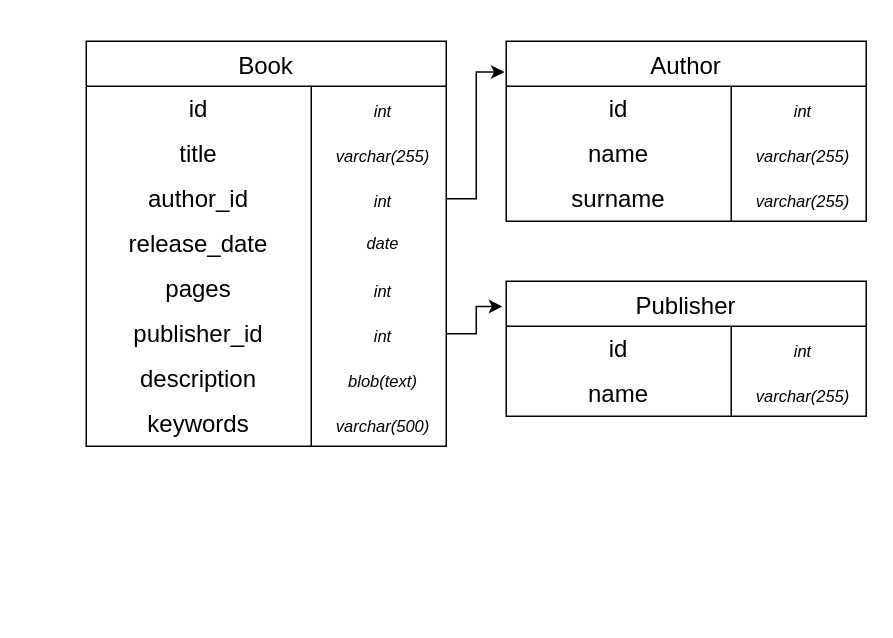
This is db/BooksDb.drawio from samzvi/BookDb, a draw.io file, before an edit. Source tidied: cells renumbered, new cells numbered last; positions are measured from the earlier drawing's top-left corner, leaving out a move shared by most shapes. Both pictures are drawn from the tidied source at 150%, with x=0, y=0 at pixel (86, 40).
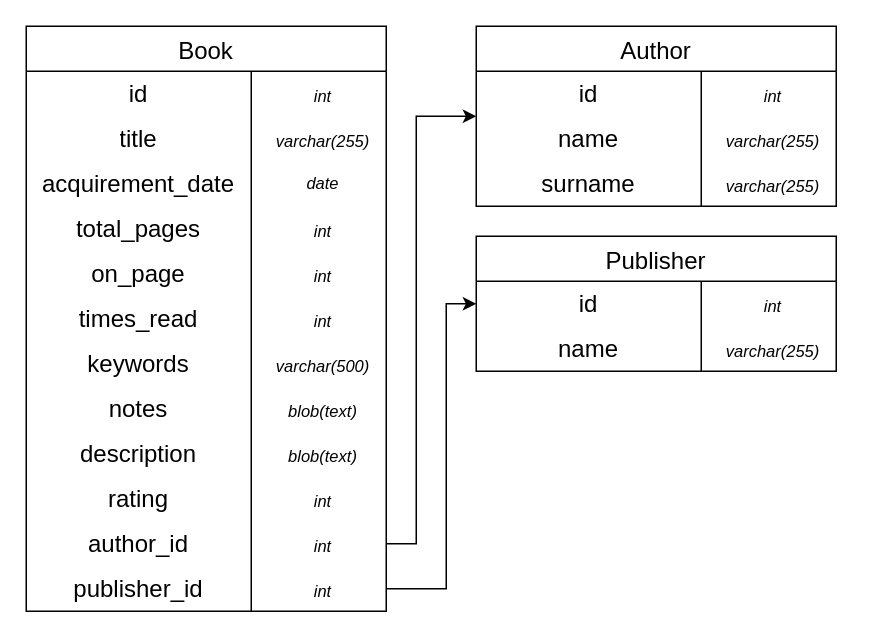
The same page after the edit.

The edit, as a diff of the source:
```diff
@@
     <mxCell id="2" value="Book" style="shape=table;startSize=30;childLayout=tableLayout;rowLines=0;fontStyle=0;strokeColor=default;fontSize=16;" parent="1" vertex="1">
-      <mxGeometry width="240" height="270" as="geometry" />
+      <mxGeometry x="-40" y="-10" width="240" height="390" as="geometry" />
     </mxCell>
@@
-    <mxCell id="9" style="shape=tableRow;horizontal=0;startSize=0;swimlaneHead=0;swimlaneBody=0;top=0;left=0;bottom=0;right=0;fillColor=none;points=[[0,0.5],[1,0.5]];portConstraint=eastwest;strokeColor=inherit;fontSize=16;" parent="2" vertex="1">
-      <mxGeometry y="90" width="240" height="30" as="geometry" />
-    </mxCell>
-    <mxCell id="10" value="author_id" style="shape=partialRectangle;html=1;whiteSpace=wrap;fillColor=none;top=0;left=0;bottom=0;right=0;overflow=hidden;strokeColor=inherit;fontSize=16;" parent="9" vertex="1">
-      <mxGeometry width="150" height="30" as="geometry" />
-    </mxCell>
-    <mxCell id="11" value="&lt;span style=&quot;font-size: 11px;&quot;&gt;&lt;i&gt;int&lt;/i&gt;&lt;/span&gt;" style="shape=partialRectangle;html=1;whiteSpace=wrap;fillColor=none;top=0;left=0;bottom=0;right=0;align=center;spacingLeft=6;overflow=hidden;strokeColor=inherit;fontSize=16;" parent="9" vertex="1">
-      <mxGeometry x="150" width="90" height="30" as="geometry" />
-    </mxCell>
     <mxCell id="12" style="shape=tableRow;horizontal=0;startSize=0;swimlaneHead=0;swimlaneBody=0;top=0;left=0;bottom=0;right=0;fillColor=none;strokeColor=inherit;fontSize=16;" parent="2" vertex="1">
-      <mxGeometry y="120" width="240" height="30" as="geometry" />
+      <mxGeometry y="90" width="240" height="30" as="geometry" />
     </mxCell>
-    <mxCell id="13" value="release_date" style="shape=partialRectangle;html=1;whiteSpace=wrap;fillColor=none;top=0;left=0;bottom=0;right=0;overflow=hidden;strokeColor=inherit;fontSize=16;" parent="12" vertex="1">
+    <mxCell id="13" value="acquirement_date" style="shape=partialRectangle;html=1;whiteSpace=wrap;fillColor=none;top=0;left=0;bottom=0;right=0;overflow=hidden;strokeColor=inherit;fontSize=16;" parent="12" vertex="1">
       <mxGeometry width="150" height="30" as="geometry" />
     </mxCell>
@@
     <mxCell id="15" style="shape=tableRow;horizontal=0;startSize=0;swimlaneHead=0;swimlaneBody=0;top=0;left=0;bottom=0;right=0;fillColor=none;strokeColor=inherit;fontSize=16;" parent="2" vertex="1">
-      <mxGeometry y="150" width="240" height="30" as="geometry" />
+      <mxGeometry y="120" width="240" height="30" as="geometry" />
     </mxCell>
-    <mxCell id="16" value="pages" style="shape=partialRectangle;html=1;whiteSpace=wrap;fillColor=none;top=0;left=0;bottom=0;right=0;overflow=hidden;strokeColor=inherit;fontSize=16;" parent="15" vertex="1">
+    <mxCell id="16" value="total_pages" style="shape=partialRectangle;html=1;whiteSpace=wrap;fillColor=none;top=0;left=0;bottom=0;right=0;overflow=hidden;strokeColor=inherit;fontSize=16;" parent="15" vertex="1">
       <mxGeometry width="150" height="30" as="geometry" />
     </mxCell>
@@
+    <mxCell id="46" style="shape=tableRow;horizontal=0;startSize=0;swimlaneHead=0;swimlaneBody=0;top=0;left=0;bottom=0;right=0;fillColor=none;strokeColor=inherit;fontSize=16;" parent="2" vertex="1">
+      <mxGeometry y="150" width="240" height="30" as="geometry" />
+    </mxCell>
+    <mxCell id="47" value="on_page" style="shape=partialRectangle;html=1;whiteSpace=wrap;fillColor=none;top=0;left=0;bottom=0;right=0;overflow=hidden;strokeColor=inherit;fontSize=16;" parent="46" vertex="1">
+      <mxGeometry width="150" height="30" as="geometry" />
+    </mxCell>
+    <mxCell id="48" value="&lt;span style=&quot;font-size: 11px;&quot;&gt;&lt;i&gt;int&lt;/i&gt;&lt;/span&gt;" style="shape=partialRectangle;html=1;whiteSpace=wrap;fillColor=none;top=0;left=0;bottom=0;right=0;align=center;spacingLeft=6;overflow=hidden;strokeColor=inherit;fontSize=16;" parent="46" vertex="1">
+      <mxGeometry x="150" width="90" height="30" as="geometry" />
+    </mxCell>
+    <mxCell id="49" style="shape=tableRow;horizontal=0;startSize=0;swimlaneHead=0;swimlaneBody=0;top=0;left=0;bottom=0;right=0;fillColor=none;strokeColor=inherit;fontSize=16;" parent="2" vertex="1">
+      <mxGeometry y="180" width="240" height="30" as="geometry" />
+    </mxCell>
+    <mxCell id="50" value="times_read" style="shape=partialRectangle;html=1;whiteSpace=wrap;fillColor=none;top=0;left=0;bottom=0;right=0;overflow=hidden;strokeColor=inherit;fontSize=16;" parent="49" vertex="1">
+      <mxGeometry width="150" height="30" as="geometry" />
+    </mxCell>
+    <mxCell id="51" value="&lt;span style=&quot;font-size: 11px;&quot;&gt;&lt;i&gt;int&lt;/i&gt;&lt;/span&gt;" style="shape=partialRectangle;html=1;whiteSpace=wrap;fillColor=none;top=0;left=0;bottom=0;right=0;align=center;spacingLeft=6;overflow=hidden;strokeColor=inherit;fontSize=16;" parent="49" vertex="1">
+      <mxGeometry x="150" width="90" height="30" as="geometry" />
+    </mxCell>
+    <mxCell id="52" style="shape=tableRow;horizontal=0;startSize=0;swimlaneHead=0;swimlaneBody=0;top=0;left=0;bottom=0;right=0;fillColor=none;strokeColor=inherit;fontSize=16;" parent="2" vertex="1">
+      <mxGeometry y="210" width="240" height="30" as="geometry" />
+    </mxCell>
+    <mxCell id="53" value="keywords" style="shape=partialRectangle;html=1;whiteSpace=wrap;fillColor=none;top=0;left=0;bottom=0;right=0;overflow=hidden;strokeColor=inherit;fontSize=16;" parent="52" vertex="1">
+      <mxGeometry width="150" height="30" as="geometry" />
+    </mxCell>
+    <mxCell id="54" value="&lt;span style=&quot;font-size: 11px;&quot;&gt;&lt;i&gt;varchar(500)&lt;/i&gt;&lt;/span&gt;" style="shape=partialRectangle;html=1;whiteSpace=wrap;fillColor=none;top=0;left=0;bottom=0;right=0;align=center;spacingLeft=6;overflow=hidden;strokeColor=inherit;fontSize=16;" parent="52" vertex="1">
+      <mxGeometry x="150" width="90" height="30" as="geometry" />
+    </mxCell>
+    <mxCell id="21" style="shape=tableRow;horizontal=0;startSize=0;swimlaneHead=0;swimlaneBody=0;top=0;left=0;bottom=0;right=0;fillColor=none;strokeColor=inherit;fontSize=16;" parent="2" vertex="1">
+      <mxGeometry y="240" width="240" height="30" as="geometry" />
+    </mxCell>
+    <mxCell id="22" value="notes" style="shape=partialRectangle;html=1;whiteSpace=wrap;fillColor=none;top=0;left=0;bottom=0;right=0;overflow=hidden;strokeColor=inherit;fontSize=16;" parent="21" vertex="1">
+      <mxGeometry width="150" height="30" as="geometry" />
+    </mxCell>
+    <mxCell id="23" value="&lt;span style=&quot;font-size: 11px;&quot;&gt;&lt;i&gt;blob(text)&lt;/i&gt;&lt;/span&gt;" style="shape=partialRectangle;html=1;whiteSpace=wrap;fillColor=none;top=0;left=0;bottom=0;right=0;align=center;spacingLeft=6;overflow=hidden;strokeColor=inherit;fontSize=16;" parent="21" vertex="1">
+      <mxGeometry x="150" width="90" height="30" as="geometry" />
+    </mxCell>
+    <mxCell id="55" style="shape=tableRow;horizontal=0;startSize=0;swimlaneHead=0;swimlaneBody=0;top=0;left=0;bottom=0;right=0;fillColor=none;strokeColor=inherit;fontSize=16;" parent="2" vertex="1">
+      <mxGeometry y="270" width="240" height="30" as="geometry" />
+    </mxCell>
+    <mxCell id="56" value="description" style="shape=partialRectangle;html=1;whiteSpace=wrap;fillColor=none;top=0;left=0;bottom=0;right=0;overflow=hidden;strokeColor=inherit;fontSize=16;" parent="55" vertex="1">
+      <mxGeometry width="150" height="30" as="geometry" />
+    </mxCell>
+    <mxCell id="57" value="&lt;span style=&quot;font-size: 11px;&quot;&gt;&lt;i&gt;blob(text)&lt;/i&gt;&lt;/span&gt;" style="shape=partialRectangle;html=1;whiteSpace=wrap;fillColor=none;top=0;left=0;bottom=0;right=0;align=center;spacingLeft=6;overflow=hidden;strokeColor=inherit;fontSize=16;" parent="55" vertex="1">
+      <mxGeometry x="150" width="90" height="30" as="geometry" />
+    </mxCell>
+    <mxCell id="24" style="shape=tableRow;horizontal=0;startSize=0;swimlaneHead=0;swimlaneBody=0;top=0;left=0;bottom=0;right=0;fillColor=none;strokeColor=inherit;fontSize=16;" parent="2" vertex="1">
+      <mxGeometry y="300" width="240" height="30" as="geometry" />
+    </mxCell>
+    <mxCell id="25" value="rating" style="shape=partialRectangle;html=1;whiteSpace=wrap;fillColor=none;top=0;left=0;bottom=0;right=0;overflow=hidden;strokeColor=inherit;fontSize=16;" parent="24" vertex="1">
+      <mxGeometry width="150" height="30" as="geometry" />
+    </mxCell>
+    <mxCell id="26" value="&lt;span style=&quot;font-size: 11px;&quot;&gt;&lt;i&gt;int&lt;/i&gt;&lt;/span&gt;" style="shape=partialRectangle;html=1;whiteSpace=wrap;fillColor=none;top=0;left=0;bottom=0;right=0;align=center;spacingLeft=6;overflow=hidden;strokeColor=inherit;fontSize=16;" parent="24" vertex="1">
+      <mxGeometry x="150" width="90" height="30" as="geometry" />
+    </mxCell>
+    <mxCell id="9" style="shape=tableRow;horizontal=0;startSize=0;swimlaneHead=0;swimlaneBody=0;top=0;left=0;bottom=0;right=0;fillColor=none;points=[[0,0.5],[1,0.5]];portConstraint=eastwest;strokeColor=inherit;fontSize=16;" parent="2" vertex="1">
+      <mxGeometry y="330" width="240" height="30" as="geometry" />
+    </mxCell>
+    <mxCell id="10" value="author_id" style="shape=partialRectangle;html=1;whiteSpace=wrap;fillColor=none;top=0;left=0;bottom=0;right=0;overflow=hidden;strokeColor=inherit;fontSize=16;" parent="9" vertex="1">
+      <mxGeometry width="150" height="30" as="geometry" />
+    </mxCell>
+    <mxCell id="11" value="&lt;span style=&quot;font-size: 11px;&quot;&gt;&lt;i&gt;int&lt;/i&gt;&lt;/span&gt;" style="shape=partialRectangle;html=1;whiteSpace=wrap;fillColor=none;top=0;left=0;bottom=0;right=0;align=center;spacingLeft=6;overflow=hidden;strokeColor=inherit;fontSize=16;" parent="9" vertex="1">
+      <mxGeometry x="150" width="90" height="30" as="geometry" />
+    </mxCell>
     <mxCell id="18" style="shape=tableRow;horizontal=0;startSize=0;swimlaneHead=0;swimlaneBody=0;top=0;left=0;bottom=0;right=0;fillColor=none;points=[[0,0.5],[1,0.5]];portConstraint=eastwest;strokeColor=inherit;fontSize=16;" parent="2" vertex="1">
-      <mxGeometry y="180" width="240" height="30" as="geometry" />
+      <mxGeometry y="360" width="240" height="30" as="geometry" />
     </mxCell>
@@
-    <mxCell id="21" style="shape=tableRow;horizontal=0;startSize=0;swimlaneHead=0;swimlaneBody=0;top=0;left=0;bottom=0;right=0;fillColor=none;strokeColor=inherit;fontSize=16;" parent="2" vertex="1">
-      <mxGeometry y="210" width="240" height="30" as="geometry" />
-    </mxCell>
-    <mxCell id="22" value="description" style="shape=partialRectangle;html=1;whiteSpace=wrap;fillColor=none;top=0;left=0;bottom=0;right=0;overflow=hidden;strokeColor=inherit;fontSize=16;" parent="21" vertex="1">
-      <mxGeometry width="150" height="30" as="geometry" />
-    </mxCell>
-    <mxCell id="23" value="&lt;span style=&quot;font-size: 11px;&quot;&gt;&lt;i&gt;blob(text)&lt;/i&gt;&lt;/span&gt;" style="shape=partialRectangle;html=1;whiteSpace=wrap;fillColor=none;top=0;left=0;bottom=0;right=0;align=center;spacingLeft=6;overflow=hidden;strokeColor=inherit;fontSize=16;" parent="21" vertex="1">
-      <mxGeometry x="150" width="90" height="30" as="geometry" />
-    </mxCell>
-    <mxCell id="24" style="shape=tableRow;horizontal=0;startSize=0;swimlaneHead=0;swimlaneBody=0;top=0;left=0;bottom=0;right=0;fillColor=none;strokeColor=inherit;fontSize=16;" parent="2" vertex="1">
-      <mxGeometry y="240" width="240" height="30" as="geometry" />
-    </mxCell>
-    <mxCell id="25" value="keywords" style="shape=partialRectangle;html=1;whiteSpace=wrap;fillColor=none;top=0;left=0;bottom=0;right=0;overflow=hidden;strokeColor=inherit;fontSize=16;" parent="24" vertex="1">
-      <mxGeometry width="150" height="30" as="geometry" />
-    </mxCell>
-    <mxCell id="26" value="&lt;span style=&quot;font-size: 11px;&quot;&gt;&lt;i&gt;varchar(500)&lt;/i&gt;&lt;/span&gt;" style="shape=partialRectangle;html=1;whiteSpace=wrap;fillColor=none;top=0;left=0;bottom=0;right=0;align=center;spacingLeft=6;overflow=hidden;strokeColor=inherit;fontSize=16;" parent="24" vertex="1">
-      <mxGeometry x="150" width="90" height="30" as="geometry" />
-    </mxCell>
     <mxCell id="27" value="Author" style="shape=table;startSize=30;childLayout=tableLayout;rowLines=0;fontStyle=0;strokeColor=default;fontSize=16;" parent="1" vertex="1">
-      <mxGeometry x="280" width="240" height="120" as="geometry" />
+      <mxGeometry x="260" y="-10" width="240" height="120" as="geometry" />
     </mxCell>
@@
-    <mxCell id="37" style="edgeStyle=orthogonalEdgeStyle;rounded=0;jettySize=auto;html=1;entryX=-0.005;entryY=0.171;entryDx=0;entryDy=0;entryPerimeter=0;" parent="1" edge="1" source="9" target="27">
-      <mxGeometry relative="1" as="geometry" />
-    </mxCell>
     <mxCell id="38" value="Publisher" style="shape=table;startSize=30;childLayout=tableLayout;rowLines=0;fontStyle=0;strokeColor=default;fontSize=16;" parent="1" vertex="1">
-      <mxGeometry x="280" y="160" width="240" height="90" as="geometry" />
+      <mxGeometry x="260" y="130" width="240" height="90" as="geometry" />
     </mxCell>
@@
+    <mxCell id="37" style="edgeStyle=orthogonalEdgeStyle;rounded=0;jettySize=auto;html=1;" parent="1" edge="1" source="9" target="27">
+      <mxGeometry relative="1" as="geometry">
+        <Array as="points">
+          <mxPoint x="220" y="335" />
+          <mxPoint x="220" y="50" />
+        </Array>
+      </mxGeometry>
+    </mxCell>
-    <mxCell id="45" style="edgeStyle=orthogonalEdgeStyle;rounded=0;jettySize=auto;html=1;entryX=-0.011;entryY=0.187;entryDx=0;entryDy=0;entryPerimeter=0;" parent="1" edge="1" source="18" target="38">
-      <mxGeometry relative="1" as="geometry" />
+    <mxCell id="45" style="edgeStyle=orthogonalEdgeStyle;rounded=0;jettySize=auto;html=1;" parent="1" edge="1" source="18" target="38">
+      <mxGeometry relative="1" as="geometry">
+        <Array as="points">
+          <mxPoint x="240" y="365" />
+          <mxPoint x="240" y="175" />
+        </Array>
+      </mxGeometry>
     </mxCell>
```
